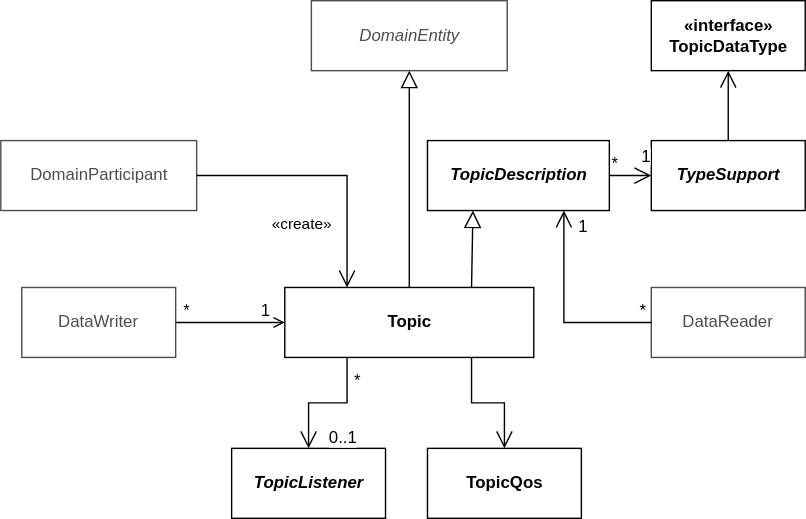
eProsima/Fast-DDS-docs keeps this draw.io diagram as docs/01-figures/topic_class_diagram.svg. Above is the earlier version. Source tidied: cells renumbered, new cells last; positions are measured from the earlier drawing's top-left corner, leaving out a move shared by most shapes.
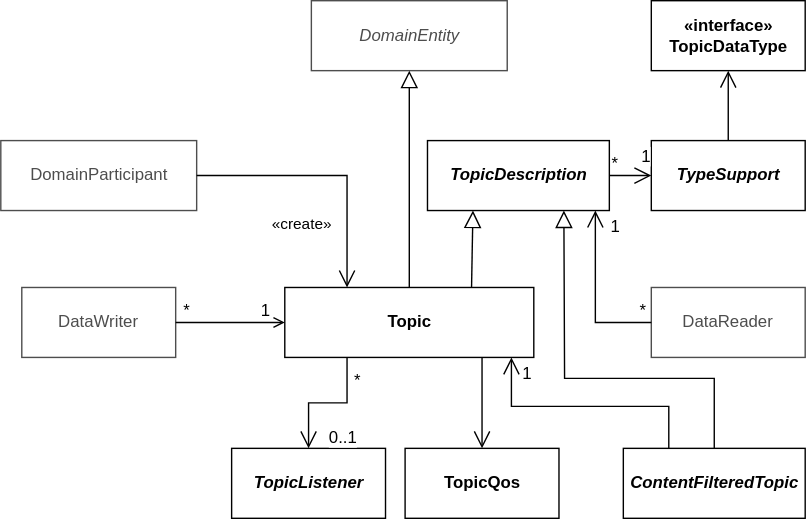
After the change.

Commit message:
Refs 13791. Update main Topic section.

What changed in the source:
```diff
@@ -27,7 +27,7 @@
       <mxGeometry x="465" y="100" width="110" height="50" as="geometry" />
     </mxCell>
     <mxCell id="10" value="TopicQos" style="html=1;fontStyle=1;" parent="1" vertex="1">
-      <mxGeometry x="305" y="320" width="110" height="50" as="geometry" />
+      <mxGeometry x="289" y="320" width="110" height="50" as="geometry" />
     </mxCell>
     <mxCell id="11" value="&lt;i&gt;TopicListener&lt;/i&gt;" style="html=1;fontStyle=1;" parent="1" vertex="1">
       <mxGeometry x="165" y="320" width="110" height="50" as="geometry" />
@@ -38,8 +38,13 @@
     <mxCell id="13" value="«create»" style="html=1;verticalAlign=bottom;endArrow=open;exitX=1;exitY=0.5;exitDx=0;exitDy=0;endFill=0;edgeStyle=orthogonalEdgeStyle;rounded=0;entryX=0.25;entryY=0;entryDx=0;entryDy=0;endSize=10;" parent="1" edge="1" source="6" target="4">
       <mxGeometry x="0.61" y="-33" relative="1" as="geometry" />
     </mxCell>
-    <mxCell id="14" style="endArrow=open;endSize=10;endFill=0;shadow=0;strokeWidth=1;rounded=0;edgeStyle=orthogonalEdgeStyle;elbow=vertical;entryX=0.5;entryY=0;entryDx=0;entryDy=0;exitX=0.75;exitY=1;exitDx=0;exitDy=0;" parent="1" edge="1" source="4" target="10">
-      <mxGeometry relative="1" as="geometry" />
+    <mxCell id="14" style="endArrow=open;endSize=10;endFill=0;shadow=0;strokeWidth=1;rounded=0;edgeStyle=orthogonalEdgeStyle;elbow=vertical;entryX=0.5;entryY=0;entryDx=0;entryDy=0;" parent="1" edge="1" source="4" target="10">
+      <mxGeometry relative="1" as="geometry">
+        <Array as="points">
+          <mxPoint x="344" y="280" />
+          <mxPoint x="344" y="280" />
+        </Array>
+      </mxGeometry>
     </mxCell>
     <mxCell id="15" style="endArrow=open;html=1;strokeColor=#000000;rounded=0;exitX=0.25;exitY=1;exitDx=0;exitDy=0;endFill=0;edgeStyle=orthogonalEdgeStyle;endSize=10;" parent="1" edge="1" source="4" target="11">
       <mxGeometry relative="1" as="geometry" />
@@ -54,6 +59,11 @@
         <mxPoint x="35" as="offset" />
       </mxGeometry>
     </mxCell>
+    <mxCell id="29" value="1" style="html=1;align=right;verticalAlign=bottom;labelBackgroundColor=#ffffff;fontSize=12;" parent="15" vertex="1">
+      <mxGeometry x="1" relative="1" as="geometry">
+        <mxPoint x="160" y="-46" as="offset" />
+      </mxGeometry>
+    </mxCell>
     <mxCell id="18" style="endArrow=open;html=1;strokeColor=#000000;rounded=0;exitX=1;exitY=0.5;exitDx=0;exitDy=0;endFill=0;entryX=0;entryY=0.5;entryDx=0;entryDy=0;" parent="1" edge="1" source="8" target="4">
       <mxGeometry relative="1" as="geometry" />
     </mxCell>
@@ -67,8 +77,12 @@
         <mxPoint x="-10" as="offset" />
       </mxGeometry>
     </mxCell>
-    <mxCell id="21" style="endArrow=open;html=1;strokeColor=#000000;rounded=0;exitX=0;exitY=0.5;exitDx=0;exitDy=0;endFill=0;entryX=0.75;entryY=1;entryDx=0;entryDy=0;edgeStyle=orthogonalEdgeStyle;elbow=vertical;endSize=10;" parent="1" edge="1" source="7" target="3">
-      <mxGeometry relative="1" as="geometry" />
+    <mxCell id="21" style="endArrow=open;html=1;strokeColor=#000000;rounded=0;exitX=0;exitY=0.5;exitDx=0;exitDy=0;endFill=0;edgeStyle=orthogonalEdgeStyle;elbow=vertical;endSize=10;" parent="1" edge="1" source="7" target="3">
+      <mxGeometry relative="1" as="geometry">
+        <Array as="points">
+          <mxPoint x="425" y="230" />
+        </Array>
+      </mxGeometry>
     </mxCell>
     <mxCell id="22" value="*" style="html=1;align=left;verticalAlign=bottom;labelBackgroundColor=#ffffff;fontSize=12;" parent="21" vertex="1">
       <mxGeometry x="-1" relative="1" as="geometry">
@@ -97,5 +111,24 @@
     <mxCell id="28" style="endArrow=open;endSize=10;endFill=0;shadow=0;strokeWidth=1;rounded=0;elbow=vertical;exitX=0.5;exitY=0;exitDx=0;exitDy=0;entryX=0.5;entryY=1;entryDx=0;entryDy=0;" parent="1" edge="1" source="9" target="27">
       <mxGeometry relative="1" as="geometry" />
     </mxCell>
+    <mxCell id="30" value="&lt;i&gt;ContentFilteredTopic&lt;/i&gt;" style="html=1;fontStyle=1;" parent="1" vertex="1">
+      <mxGeometry x="445" y="320" width="130" height="50" as="geometry" />
+    </mxCell>
+    <mxCell id="31" style="endArrow=block;endSize=10;endFill=0;shadow=0;strokeWidth=1;rounded=0;elbow=vertical;exitX=0.5;exitY=0;exitDx=0;exitDy=0;entryX=0.75;entryY=1;entryDx=0;entryDy=0;" parent="1" edge="1" source="30" target="3">
+      <mxGeometry relative="1" as="geometry">
+        <Array as="points">
+          <mxPoint x="510" y="270" />
+          <mxPoint x="403" y="270" />
+        </Array>
+      </mxGeometry>
+    </mxCell>
+    <mxCell id="32" style="endArrow=open;endSize=10;endFill=0;shadow=0;strokeWidth=1;rounded=0;edgeStyle=orthogonalEdgeStyle;elbow=vertical;exitX=0.25;exitY=0;exitDx=0;exitDy=0;" parent="1" edge="1" source="30" target="4">
+      <mxGeometry relative="1" as="geometry">
+        <Array as="points">
+          <mxPoint x="478" y="290" />
+          <mxPoint x="365" y="290" />
+        </Array>
+      </mxGeometry>
+    </mxCell>
   </root>
 </mxGraphModel>
```
